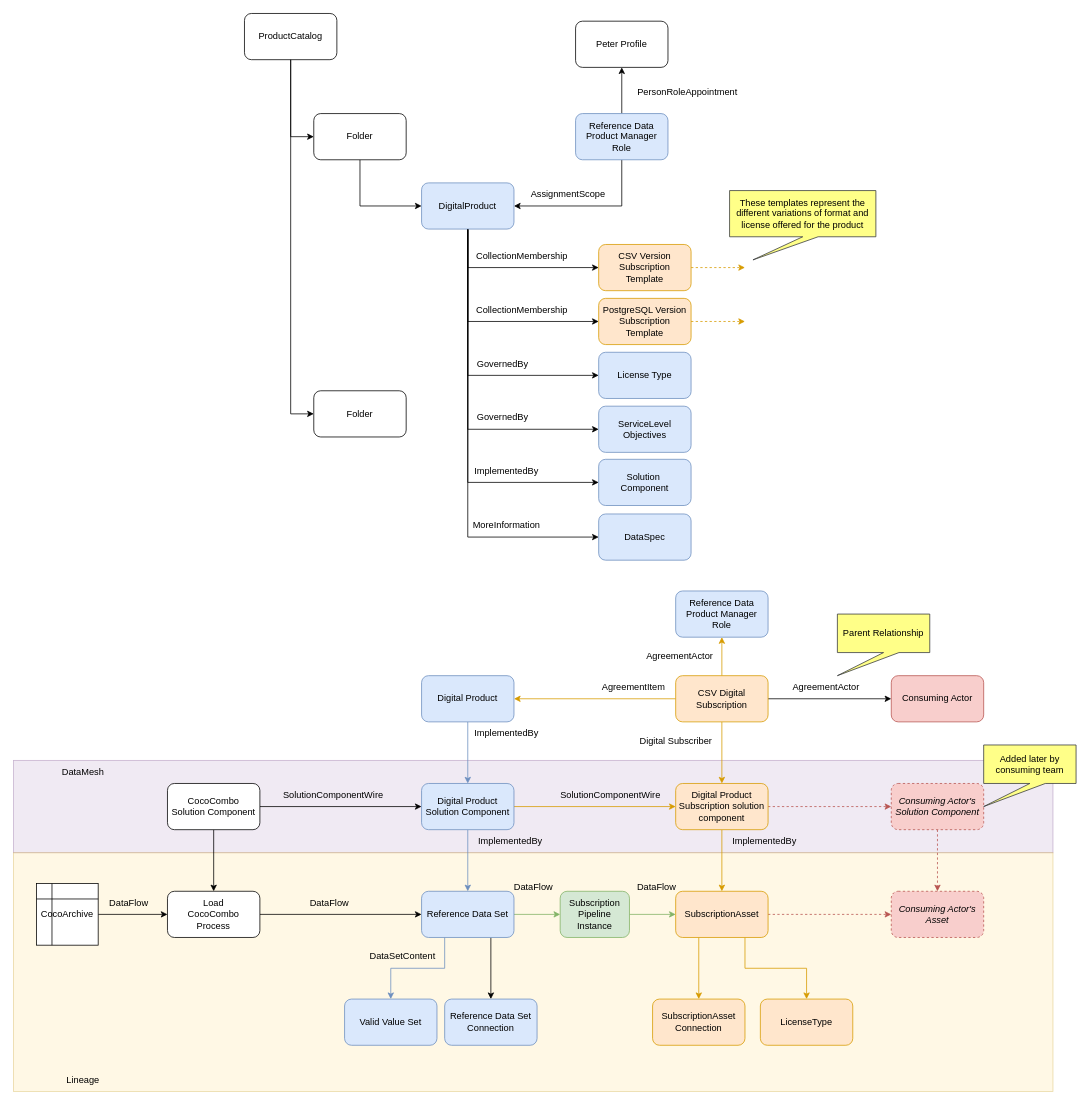
Before: page "product-catalog" (8 of 9) of open-metadata-resources/open-metadata-samples/sample-metadata/coco-metadata-archives/docs/coco-metadata-archives.drawio in odpi/egeria, a draw.io diagram. Source tidied: cells renumbered, new cells numbered last; positions are measured from the earlier drawing's top-left corner, leaving out a move shared by most shapes. Both pictures are drawn from the tidied source at 77%, with x=0, y=0 at pixel (13, 13).
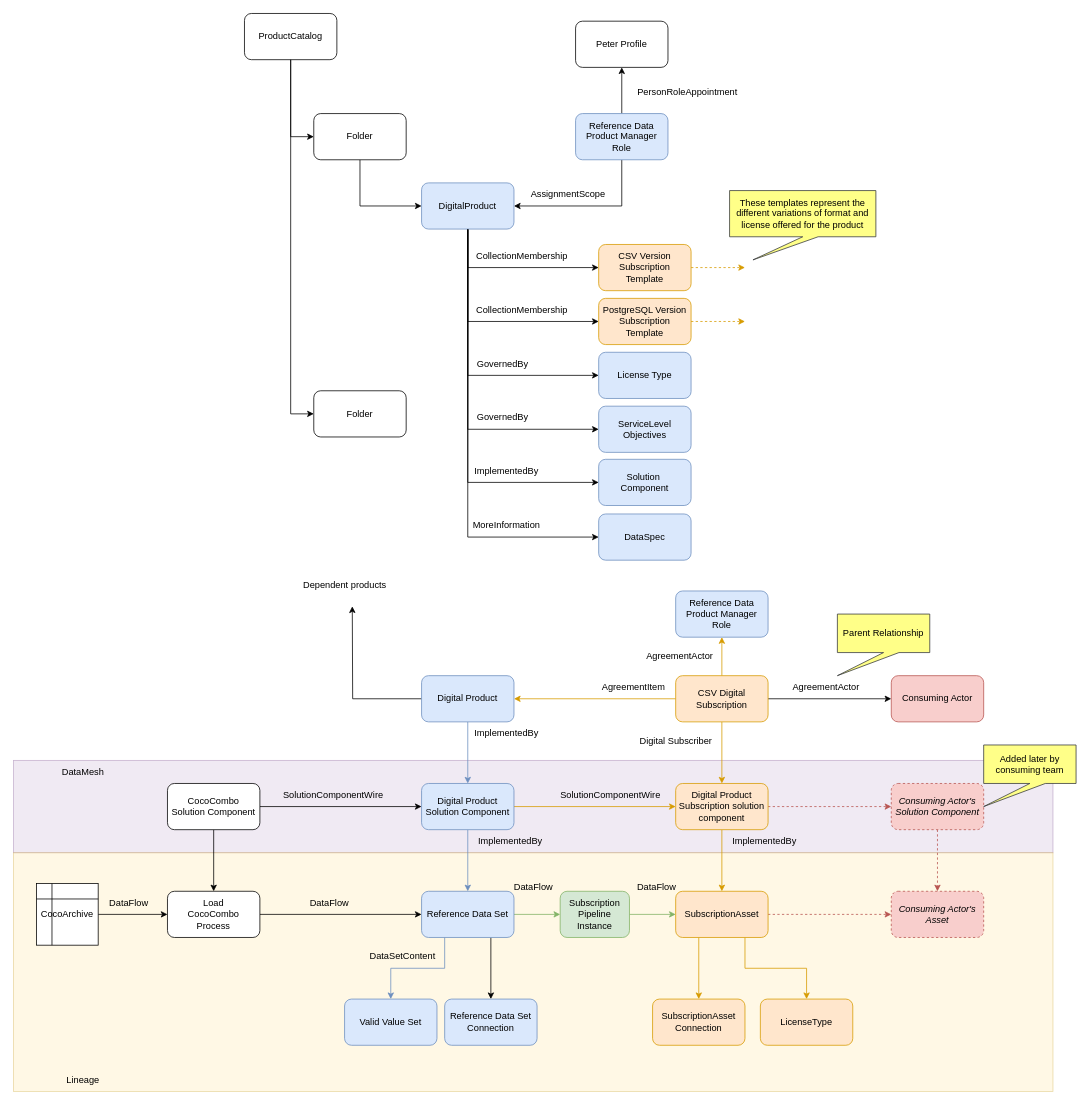
The same page after the edit.

Unchanged cells that the change refers to:
```xml
<mxCell id="30" value="Digital Product" style="rounded=1;whiteSpace=wrap;html=1;fillColor=#dae8fc;strokeColor=#6c8ebf;" parent="1" vertex="1">
  <mxGeometry x="530" y="860" width="120" height="60" as="geometry" />
</mxCell>
```

Change to the diagram source:
```diff
@@
+    <mxCell id="95" style="edgeStyle=orthogonalEdgeStyle;rounded=0;jettySize=auto;html=1;" parent="1" edge="1" source="30">
+      <mxGeometry relative="1" as="geometry">
+        <mxPoint x="440" y="770" as="targetPoint" />
+      </mxGeometry>
+    </mxCell>
@@
+    <mxCell id="96" value="Dependent products" style="text;html=1;align=center;verticalAlign=middle;strokeColor=none;fillColor=none;" parent="1" vertex="1">
+      <mxGeometry x="365" y="728" width="130" height="30" as="geometry" />
+    </mxCell>
```
